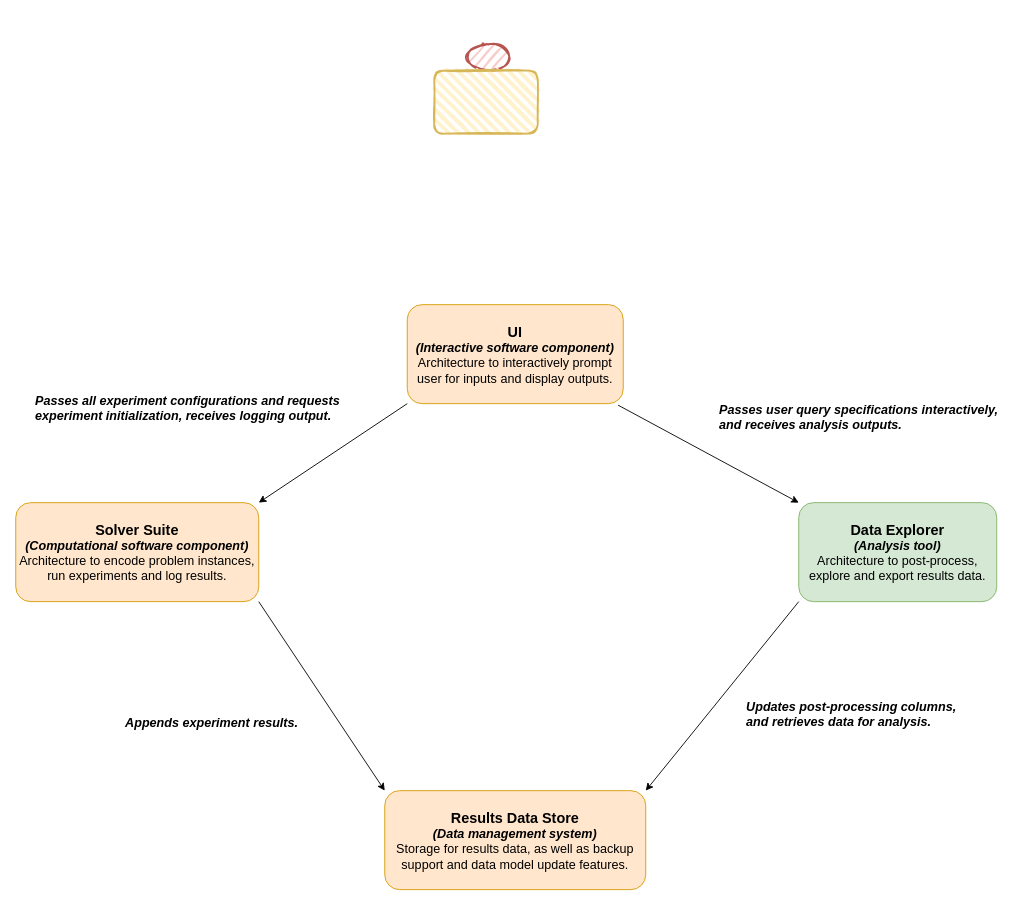
This is docs/opti-face.drawio from lucawrabetz/opti-face, a draw.io file, before an edit. Source tidied: cells renumbered, new cells numbered last; positions are measured from the earlier drawing's top-left corner, leaving out a move shared by most shapes. Both pictures are drawn from the tidied source at 90%, with x=0, y=0 at pixel (15, 43).
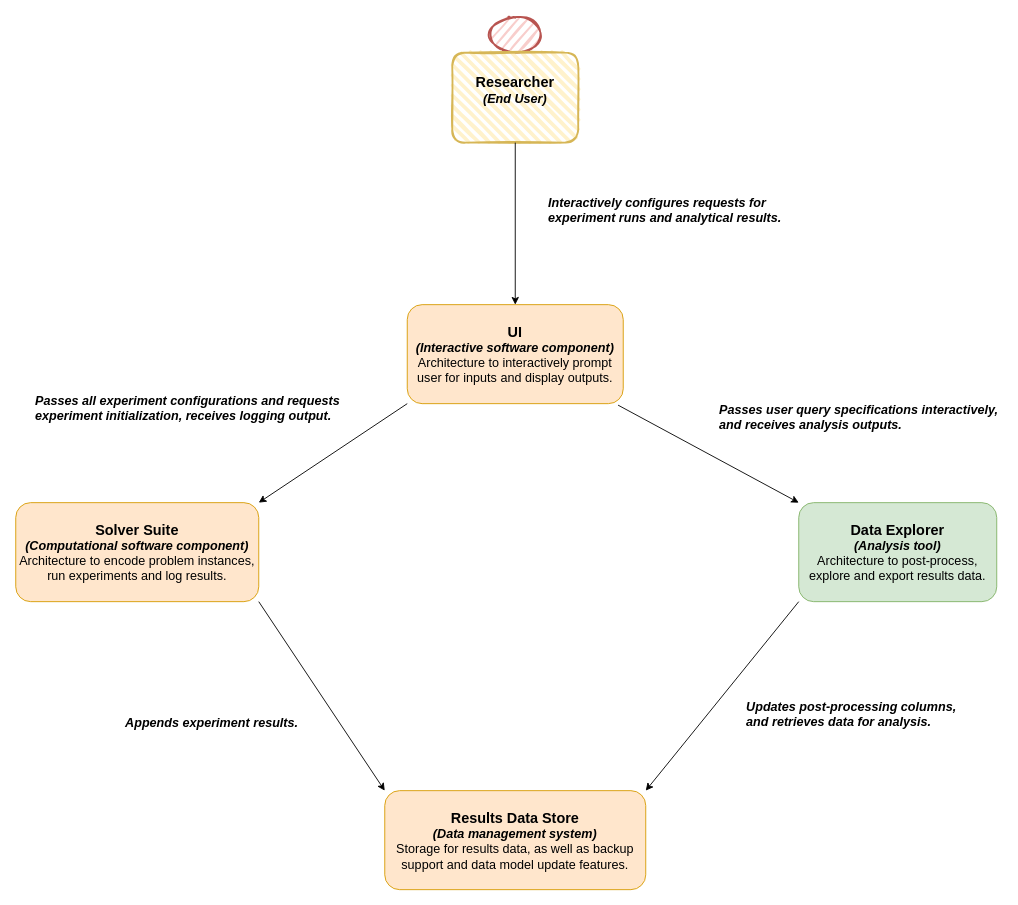
After the change.

Commit message:
Update drawio doc - context without implementer / update or data schema.

Diff of the diagram source:
```diff
@@
 <mxGraphModel>
   <root>
     <mxCell id="0" />
     <mxCell id="1" parent="0" />
     <mxCell id="2" value="&lt;font style=&quot;font-size: 16px;&quot;&gt;Data Explorer&lt;/font&gt;&lt;div&gt;&lt;i&gt;(Analysis tool)&lt;/i&gt;&lt;/div&gt;&lt;div&gt;&lt;span style=&quot;font-weight: normal;&quot;&gt;Architecture to post-process, explore and export results data.&lt;/span&gt;&lt;/div&gt;" style="rounded=1;whiteSpace=wrap;html=1;fillColor=#d5e8d4;strokeColor=#82b366;fontSize=14;fontStyle=1;" parent="1" vertex="1">
       <mxGeometry x="870" y="510" width="220" height="110" as="geometry" />
     </mxCell>
     <mxCell id="3" style="endArrow=classic;html=1;rounded=0;exitX=0;exitY=1;exitDx=0;exitDy=0;entryX=1;entryY=0;entryDx=0;entryDy=0;" parent="1" edge="1" source="2" target="7">
       <mxGeometry relative="1" as="geometry" />
     </mxCell>
     <mxCell id="4" style="endArrow=classic;html=1;rounded=0;entryX=0;entryY=0;entryDx=0;entryDy=0;exitX=1;exitY=1;exitDx=0;exitDy=0;" parent="1" edge="1" source="8" target="7">
       <mxGeometry relative="1" as="geometry" />
     </mxCell>
     <mxCell id="5" style="endArrow=classic;html=1;rounded=0;entryX=0;entryY=0;entryDx=0;entryDy=0;exitX=0.976;exitY=1.015;exitDx=0;exitDy=0;exitPerimeter=0;" parent="1" edge="1" source="6" target="2">
       <mxGeometry relative="1" as="geometry" />
     </mxCell>
     <mxCell id="6" value="&lt;div&gt;&lt;font size=&quot;3&quot;&gt;UI&lt;/font&gt;&lt;/div&gt;&lt;div&gt;&lt;i&gt;(Interactive software component)&lt;/i&gt;&lt;/div&gt;&lt;div&gt;&lt;span style=&quot;font-weight: normal;&quot;&gt;Architecture to interactively prompt user for inputs and display outputs.&lt;/span&gt;&lt;/div&gt;" style="rounded=1;whiteSpace=wrap;html=1;fillColor=#ffe6cc;strokeColor=#d79b00;fontSize=14;fontStyle=1;" parent="1" vertex="1">
       <mxGeometry x="435" y="290" width="240" height="110" as="geometry" />
     </mxCell>
     <mxCell id="7" value="&lt;div&gt;&lt;font size=&quot;3&quot;&gt;Results Data Store&lt;/font&gt;&lt;/div&gt;&lt;div&gt;&lt;i&gt;(Data management system)&lt;/i&gt;&lt;/div&gt;&lt;div&gt;&lt;span style=&quot;font-weight: normal;&quot;&gt;Storage for results data, as well as backup support and data model update features.&lt;/span&gt;&lt;br&gt;&lt;/div&gt;" style="rounded=1;whiteSpace=wrap;html=1;fillColor=#ffe6cc;strokeColor=#d79b00;fontSize=14;fontStyle=1;" parent="1" vertex="1">
       <mxGeometry x="410" y="830" width="290" height="110" as="geometry" />
     </mxCell>
     <mxCell id="8" value="&lt;div&gt;&lt;font size=&quot;3&quot;&gt;Solver Suite&lt;/font&gt;&lt;/div&gt;&lt;div&gt;&lt;i&gt;(Computational software component)&lt;/i&gt;&lt;/div&gt;&lt;div&gt;&lt;span style=&quot;font-weight: normal;&quot;&gt;Architecture to encode problem instances, run experiments and &lt;/span&gt;&lt;span style=&quot;font-weight: 400;&quot;&gt;log results.&lt;/span&gt;&lt;/div&gt;" style="rounded=1;whiteSpace=wrap;html=1;fillColor=#ffe6cc;strokeColor=#d79b00;fontSize=14;fontStyle=1;" parent="1" vertex="1">
       <mxGeometry y="510" width="270" height="110" as="geometry" />
     </mxCell>
     <mxCell id="9" value="Passes user query specifications interactively,&amp;nbsp;&lt;div&gt;and receives analysis outputs.&lt;/div&gt;" style="text;html=1;align=left;verticalAlign=middle;strokeColor=none;fillColor=none;fontSize=14;fontStyle=3;" parent="1" vertex="1">
       <mxGeometry x="780" y="390" width="310" height="50" as="geometry" />
     </mxCell>
     <mxCell id="10" value="Updates post-processing columns,&amp;nbsp;&lt;div&gt;and retrieves data for analysis.&lt;/div&gt;" style="text;html=1;align=left;verticalAlign=middle;strokeColor=none;fillColor=none;fontSize=14;fontStyle=3;" parent="1" vertex="1">
       <mxGeometry x="810" y="720" width="240" height="50" as="geometry" />
     </mxCell>
     <mxCell id="11" value="Appends experiment results." style="text;html=1;align=left;verticalAlign=middle;strokeColor=none;fillColor=none;fontSize=14;fontStyle=3;" parent="1" vertex="1">
       <mxGeometry x="120" y="740" width="200" height="30" as="geometry" />
     </mxCell>
     <mxCell id="12" style="endArrow=classic;html=1;rounded=0;entryX=1;entryY=0;entryDx=0;entryDy=0;exitX=0;exitY=1;exitDx=0;exitDy=0;" parent="1" edge="1" source="6" target="8">
       <mxGeometry relative="1" as="geometry" />
     </mxCell>
     <mxCell id="13" value="Passes all experiment configurations and requests&amp;nbsp;&lt;div&gt;experiment initialization, receives logging output.&lt;/div&gt;" style="text;html=1;align=left;verticalAlign=middle;strokeColor=none;fillColor=none;fontSize=14;fontStyle=3;" parent="1" vertex="1">
       <mxGeometry x="20" y="380" width="340" height="50" as="geometry" />
     </mxCell>
+    <mxCell id="16" style="group;" parent="1" vertex="1">
+      <mxGeometry x="485" y="-30" width="140" height="140" as="geometry" />
+    </mxCell>
-    <mxCell id="14" style="ellipse;whiteSpace=wrap;html=1;strokeWidth=2;fillWeight=2;hachureGap=8;fillColor=#f8cecc;fillStyle=dots;sketch=1;strokeColor=#b85450;" parent="1" vertex="1">
-      <mxGeometry x="500" width="50" height="30" as="geometry" />
+    <mxCell id="14" style="ellipse;whiteSpace=wrap;html=1;strokeWidth=2;fillWeight=2;hachureGap=8;fillColor=#f8cecc;fillStyle=dots;sketch=1;strokeColor=#b85450;" parent="16" vertex="1">
+      <mxGeometry x="40" width="60" height="40" as="geometry" />
     </mxCell>
-    <mxCell id="15" style="rounded=1;whiteSpace=wrap;html=1;strokeWidth=2;fillWeight=4;hachureGap=8;hachureAngle=45;fillColor=#fff2cc;sketch=1;strokeColor=#d6b656;" parent="1" vertex="1">
-      <mxGeometry x="465" y="30" width="115" height="70" as="geometry" />
+    <mxCell id="15" value="&lt;div style=&quot;font-weight: 700;&quot;&gt;&lt;font size=&quot;3&quot;&gt;Researcher&lt;/font&gt;&lt;/div&gt;&lt;div style=&quot;font-size: 14px; font-weight: 700;&quot;&gt;&lt;i&gt;(End User)&lt;/i&gt;&lt;/div&gt;&lt;div style=&quot;font-size: 14px; font-weight: 700;&quot;&gt;&lt;br&gt;&lt;/div&gt;" style="rounded=1;whiteSpace=wrap;html=1;strokeWidth=2;fillWeight=4;hachureGap=8;hachureAngle=45;fillColor=#fff2cc;sketch=1;strokeColor=#d6b656;" parent="16" vertex="1">
+      <mxGeometry y="40" width="140" height="100" as="geometry" />
     </mxCell>
+    <mxCell id="17" style="endArrow=classic;html=1;rounded=0;exitX=0.5;exitY=1;exitDx=0;exitDy=0;entryX=0.5;entryY=0;entryDx=0;entryDy=0;" parent="1" edge="1" source="15" target="6">
+      <mxGeometry relative="1" as="geometry" />
+    </mxCell>
+    <mxCell id="18" value="Interactively configures requests for&amp;nbsp;&lt;div&gt;experiment runs and analytical results.&lt;/div&gt;" style="text;html=1;align=left;verticalAlign=middle;strokeColor=none;fillColor=none;fontSize=14;fontStyle=3;" parent="1" vertex="1">
+      <mxGeometry x="590" y="160" width="260" height="50" as="geometry" />
+    </mxCell>
   </root>
 </mxGraphModel>
```
